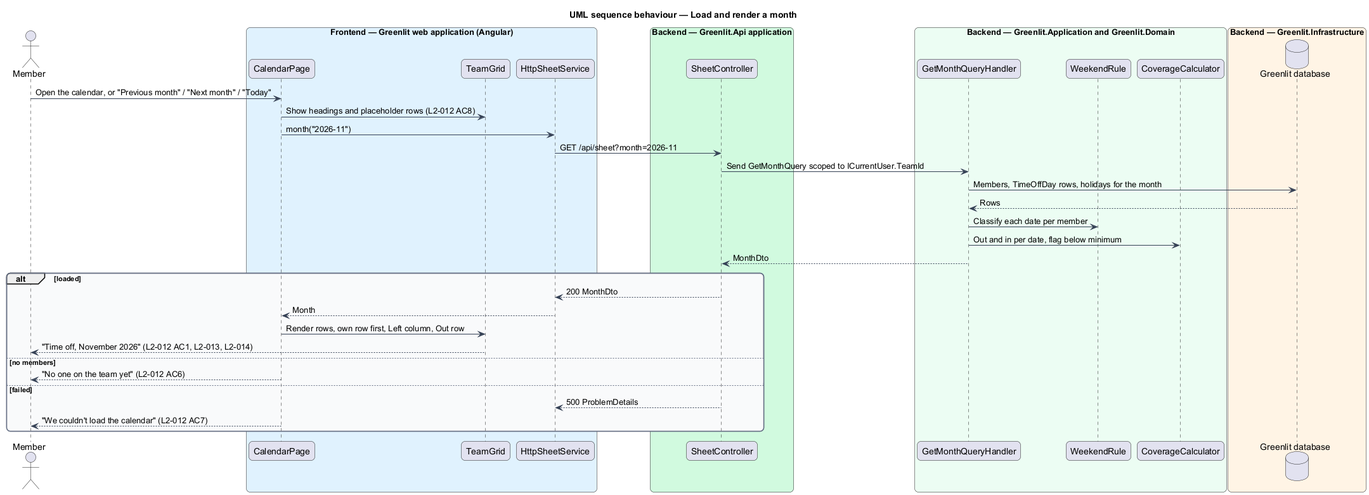
Above: docs/detailed-designs/sheet/view-month/diagrams/sequence-load-month.png in QuinntyneBrown/greenlit (PlantUML), before the change. Its source is kept beside it as docs/detailed-designs/sheet/view-month/diagrams/sequence-load-month.puml.
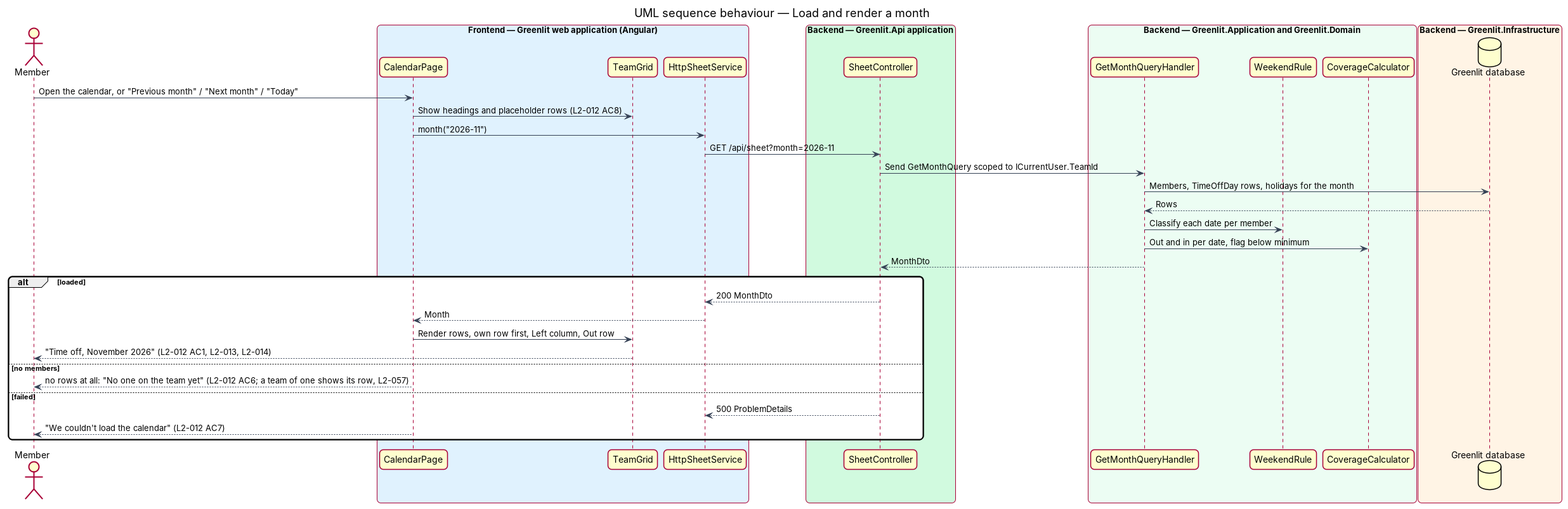
The same file after the commit.

What changed in the source:
```diff
@@ -47,7 +47,7 @@
   page -> grid : Render rows, own row first, Left column, Out row
   grid --> actor : "Time off, November 2026" (L2-012 AC1, L2-013, L2-014)
 else no members
-  page --> actor : "No one on the team yet" (L2-012 AC6)
+  page --> actor : no rows at all: "No one on the team yet" (L2-012 AC6; a team of one shows its row, L2-057)
 else failed
   ctrl --> client : 500 ProblemDetails
   page --> actor : "We couldn't load the calendar" (L2-012 AC7)
```
